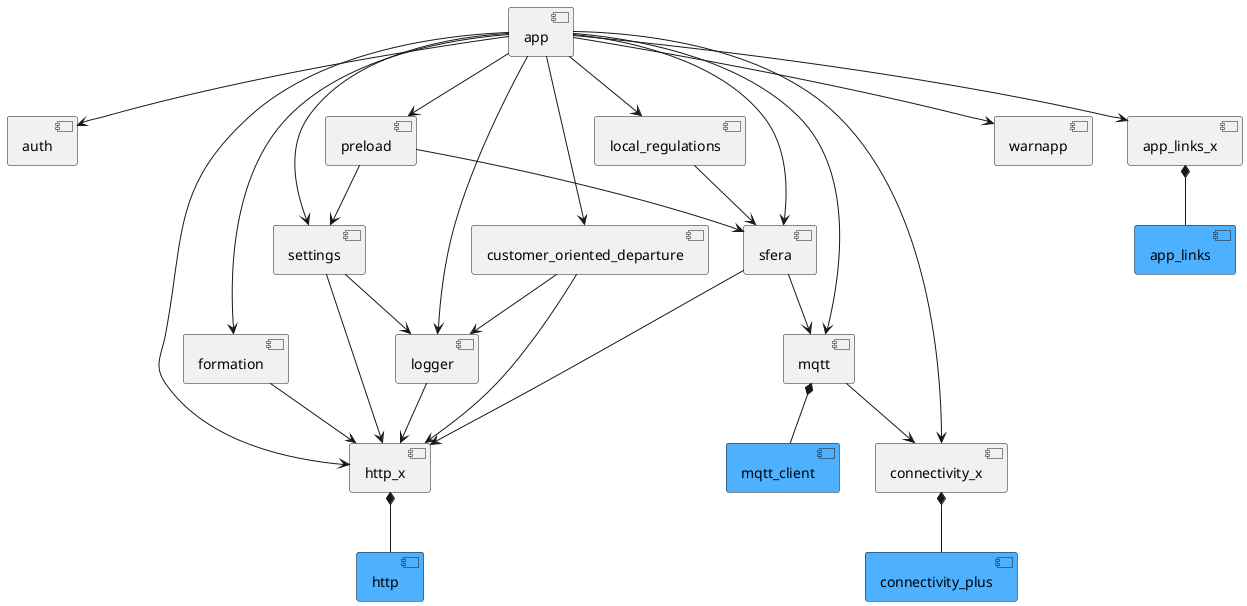
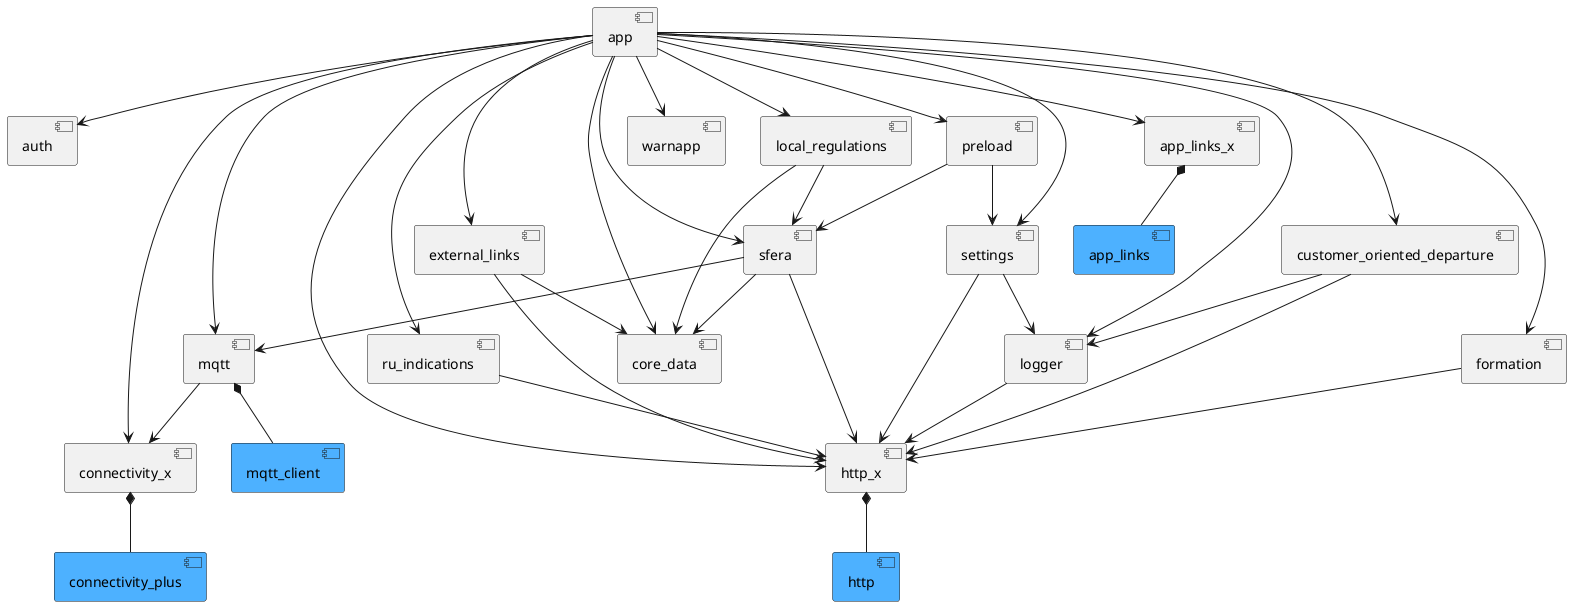
@startuml components

component app
component auth
component logger
component formation
component sfera
component mqtt
component connectivity_x
component local_regulations
component settings
component warnapp
component mqtt_client #4DB1FF
component http_x
component http #4DB1FF
component connectivity_plus #4DB1FF
component app_links #4DB1FF
component app_links_x
component preload
component customer_oriented_departure
+ component ru_indications
+ component external_links
+ component core_data

app --> auth
app --> sfera
app --> mqtt
app --> connectivity_x
app --> local_regulations
app --> settings
app --> warnapp
app --> logger
app --> http_x
app --> formation
app --> app_links_x
app --> preload
app --> customer_oriented_departure
+ app --> ru_indications
+ app --> external_links
+ app --> core_data

settings --> http_x
settings --> logger

formation --> http_x

customer_oriented_departure --> http_x
customer_oriented_departure --> logger

logger --> http_x

sfera --> mqtt
sfera --> http_x
+ sfera --> core_data

local_regulations --> sfera
+ local_regulations --> core_data

http_x *-- http

mqtt --> connectivity_x
mqtt *-- mqtt_client

connectivity_x *-- connectivity_plus

app_links_x *-- app_links

preload --> settings
preload --> sfera

+ ru_indications --> http_x
+ 
+ external_links --> http_x
+ external_links --> core_data
+ 
@enduml